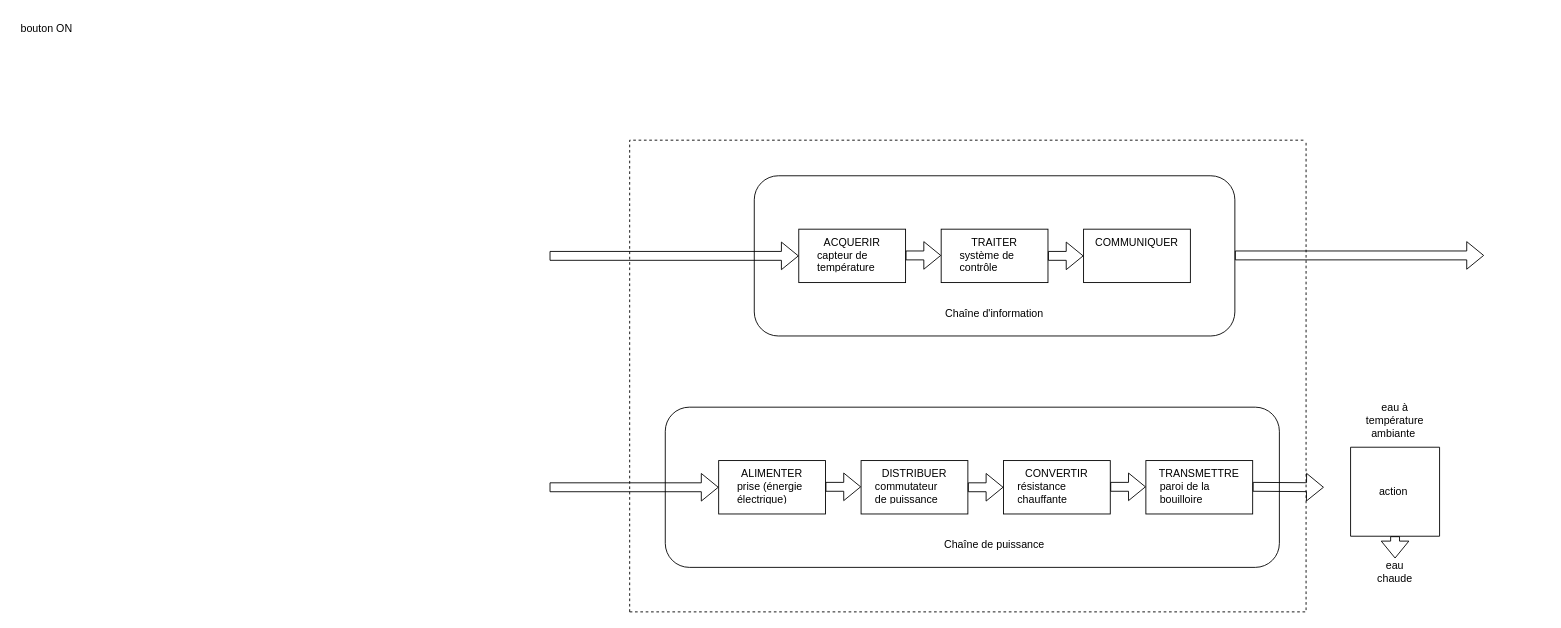
Earlier version of the draw.io diagram docs/Diagramme sans nom.drawio (dinosaure6674/Parchemin). Source tidied: cells renumbered, new cells numbered last; positions are measured from the earlier drawing's top-left corner, leaving out a move shared by most shapes. Both pictures are drawn from the tidied source at 89%, with x=0, y=0 at pixel (15, 15).
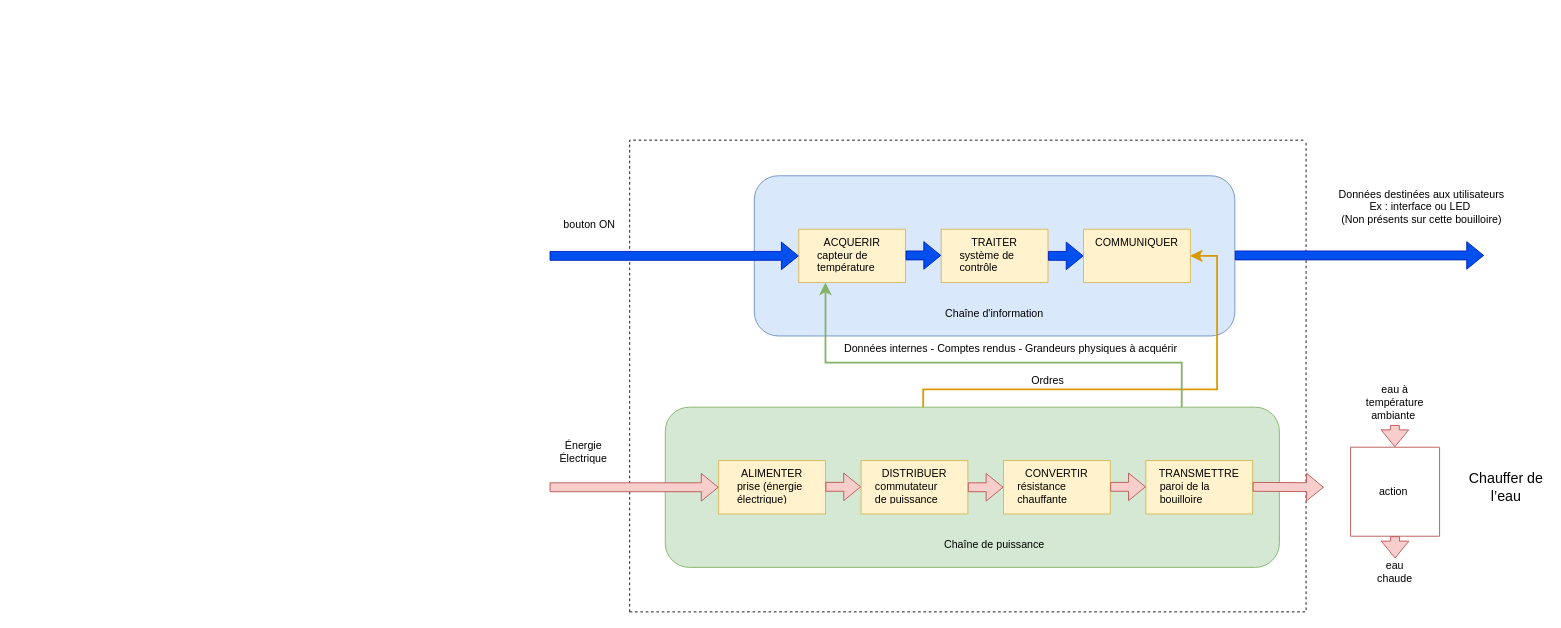
The same page after the edit.

Commit message:
Mettre à jour Diagramme sans nom.drawio

Unchanged cells that the change refers to:
```xml
<mxCell id="41" value="eau chaude" style="text;html=1;whiteSpace=wrap;strokeColor=none;fillColor=none;align=center;verticalAlign=middle;rounded=0;" parent="1" vertex="1">
  <mxGeometry x="1520" y="610" width="60" height="30" as="geometry" />
</mxCell>
```

The edit, as a diff of the source:
```diff
@@
-    <mxCell id="2" style="rounded=1;whiteSpace=wrap;html=1;" parent="1" vertex="1">
+    <mxCell id="2" style="rounded=1;whiteSpace=wrap;html=1;fillColor=#dae8fc;strokeColor=#6c8ebf;" parent="1" vertex="1">
       <mxGeometry x="830" y="180" width="540" height="180" as="geometry" />
     </mxCell>
-    <mxCell id="3" style="rounded=0;whiteSpace=wrap;html=1;" parent="1" vertex="1">
+    <mxCell id="3" style="rounded=0;whiteSpace=wrap;html=1;fillColor=#fff2cc;strokeColor=#d6b656;" parent="1" vertex="1">
       <mxGeometry x="880" y="240" width="120" height="60" as="geometry" />
     </mxCell>
-    <mxCell id="4" style="rounded=0;whiteSpace=wrap;html=1;" parent="1" vertex="1">
+    <mxCell id="4" style="rounded=0;whiteSpace=wrap;html=1;fillColor=#fff2cc;strokeColor=#d6b656;" parent="1" vertex="1">
       <mxGeometry x="1040" y="240" width="120" height="60" as="geometry" />
     </mxCell>
-    <mxCell id="5" style="rounded=0;whiteSpace=wrap;html=1;" parent="1" vertex="1">
+    <mxCell id="5" style="rounded=0;whiteSpace=wrap;html=1;fillColor=#fff2cc;strokeColor=#d6b656;" parent="1" vertex="1">
       <mxGeometry x="1200" y="240" width="120" height="60" as="geometry" />
     </mxCell>
-    <mxCell id="6" style="rounded=1;whiteSpace=wrap;html=1;" parent="1" vertex="1">
+    <mxCell id="6" style="rounded=1;whiteSpace=wrap;html=1;fillColor=#d5e8d4;strokeColor=#82b366;" parent="1" vertex="1">
       <mxGeometry x="730" y="440" width="690" height="180" as="geometry" />
     </mxCell>
-    <mxCell id="7" style="rounded=0;whiteSpace=wrap;html=1;" parent="1" vertex="1">
+    <mxCell id="7" style="rounded=0;whiteSpace=wrap;html=1;fillColor=#fff2cc;strokeColor=#d6b656;" parent="1" vertex="1">
       <mxGeometry x="790" y="500" width="120" height="60" as="geometry" />
     </mxCell>
-    <mxCell id="8" style="rounded=0;whiteSpace=wrap;html=1;" parent="1" vertex="1">
+    <mxCell id="8" style="rounded=0;whiteSpace=wrap;html=1;fillColor=#fff2cc;strokeColor=#d6b656;" parent="1" vertex="1">
       <mxGeometry x="950" y="500" width="120" height="60" as="geometry" />
     </mxCell>
-    <mxCell id="9" style="rounded=0;whiteSpace=wrap;html=1;" parent="1" vertex="1">
+    <mxCell id="9" style="rounded=0;whiteSpace=wrap;html=1;fillColor=#fff2cc;strokeColor=#d6b656;" parent="1" vertex="1">
       <mxGeometry x="1110" y="500" width="120" height="60" as="geometry" />
     </mxCell>
-    <mxCell id="10" style="rounded=0;whiteSpace=wrap;html=1;" parent="1" vertex="1">
+    <mxCell id="10" style="rounded=0;whiteSpace=wrap;html=1;fillColor=#fff2cc;strokeColor=#d6b656;" parent="1" vertex="1">
       <mxGeometry x="1270" y="500" width="120" height="60" as="geometry" />
     </mxCell>
@@
-    <mxCell id="13" style="shape=flexArrow;endArrow=classic;html=1;rounded=0;exitX=1;exitY=0.5;exitDx=0;exitDy=0;entryX=0;entryY=0.5;entryDx=0;entryDy=0;" parent="1" edge="1" source="8" target="9">
+    <mxCell id="13" style="shape=flexArrow;endArrow=classic;html=1;rounded=0;exitX=1;exitY=0.5;exitDx=0;exitDy=0;entryX=0;entryY=0.5;entryDx=0;entryDy=0;fillColor=#f8cecc;strokeColor=#b85450;" parent="1" edge="1" source="8" target="9">
       <mxGeometry relative="1" as="geometry" />
     </mxCell>
-    <mxCell id="14" style="shape=flexArrow;endArrow=classic;html=1;rounded=0;exitX=1;exitY=0.5;exitDx=0;exitDy=0;entryX=0;entryY=0.5;entryDx=0;entryDy=0;" parent="1" edge="1">
+    <mxCell id="14" style="shape=flexArrow;endArrow=classic;html=1;rounded=0;exitX=1;exitY=0.5;exitDx=0;exitDy=0;entryX=0;entryY=0.5;entryDx=0;entryDy=0;fillColor=#f8cecc;strokeColor=#b85450;" parent="1" edge="1">
       <mxGeometry relative="1" as="geometry">
         <mxPoint x="1230" y="529.5" as="sourcePoint" />
         <mxPoint x="1270" y="529.5" as="targetPoint" />
       </mxGeometry>
     </mxCell>
-    <mxCell id="15" style="shape=flexArrow;endArrow=classic;html=1;rounded=0;exitX=1;exitY=0.5;exitDx=0;exitDy=0;" parent="1" edge="1">
+    <mxCell id="15" style="shape=flexArrow;endArrow=classic;html=1;rounded=0;exitX=1;exitY=0.5;exitDx=0;exitDy=0;fillColor=#f8cecc;strokeColor=#b85450;" parent="1" edge="1">
       <mxGeometry relative="1" as="geometry">
         <mxPoint x="1390" y="529.5" as="sourcePoint" />
         <mxPoint x="1470" y="530" as="targetPoint" />
       </mxGeometry>
     </mxCell>
-    <mxCell id="16" style="shape=flexArrow;endArrow=classic;html=1;rounded=0;exitX=1;exitY=0.5;exitDx=0;exitDy=0;entryX=0;entryY=0.5;entryDx=0;entryDy=0;" parent="1" edge="1">
+    <mxCell id="16" style="shape=flexArrow;endArrow=classic;html=1;rounded=0;exitX=1;exitY=0.5;exitDx=0;exitDy=0;entryX=0;entryY=0.5;entryDx=0;entryDy=0;fillColor=#f8cecc;strokeColor=#b85450;" parent="1" edge="1">
       <mxGeometry relative="1" as="geometry">
         <mxPoint x="910" y="529.5" as="sourcePoint" />
         <mxPoint x="950" y="529.5" as="targetPoint" />
       </mxGeometry>
     </mxCell>
@@
-    <mxCell id="21" style="shape=flexArrow;endArrow=classic;html=1;rounded=0;entryX=0;entryY=0.5;entryDx=0;entryDy=0;" parent="1" edge="1" target="7">
+    <mxCell id="21" style="shape=flexArrow;endArrow=classic;html=1;rounded=0;entryX=0;entryY=0.5;entryDx=0;entryDy=0;fillColor=#f8cecc;strokeColor=#b85450;" parent="1" edge="1" target="7">
       <mxGeometry relative="1" as="geometry">
         <mxPoint x="600" y="530" as="sourcePoint" />
       </mxGeometry>
     </mxCell>
-    <mxCell id="22" style="shape=flexArrow;endArrow=classic;html=1;rounded=0;entryX=0;entryY=0.5;entryDx=0;entryDy=0;" parent="1" edge="1" target="5">
+    <mxCell id="22" style="shape=flexArrow;endArrow=classic;html=1;rounded=0;entryX=0;entryY=0.5;entryDx=0;entryDy=0;fillColor=#0050ef;strokeColor=#001DBC;" parent="1" edge="1" target="5">
       <mxGeometry relative="1" as="geometry">
         <mxPoint x="1160" y="270" as="sourcePoint" />
       </mxGeometry>
     </mxCell>
-    <mxCell id="23" style="shape=flexArrow;endArrow=classic;html=1;rounded=0;entryX=0;entryY=0.5;entryDx=0;entryDy=0;" parent="1" edge="1">
+    <mxCell id="23" style="shape=flexArrow;endArrow=classic;html=1;rounded=0;entryX=0;entryY=0.5;entryDx=0;entryDy=0;fillColor=#0050ef;strokeColor=#001DBC;" parent="1" edge="1">
       <mxGeometry relative="1" as="geometry">
         <mxPoint x="1000" y="269.5" as="sourcePoint" />
         <mxPoint x="1040" y="269.5" as="targetPoint" />
       </mxGeometry>
     </mxCell>
-    <mxCell id="24" style="shape=flexArrow;endArrow=classic;html=1;rounded=0;entryX=0;entryY=0.5;entryDx=0;entryDy=0;" parent="1" edge="1" target="3">
+    <mxCell id="24" style="shape=flexArrow;endArrow=classic;html=1;rounded=0;entryX=0;entryY=0.5;entryDx=0;entryDy=0;fillColor=#0050ef;strokeColor=#001DBC;" parent="1" edge="1" target="3">
       <mxGeometry relative="1" as="geometry">
         <mxPoint x="600" y="270" as="sourcePoint" />
       </mxGeometry>
     </mxCell>
-    <mxCell id="25" style="shape=flexArrow;endArrow=classic;html=1;rounded=0;entryX=0;entryY=0.5;entryDx=0;entryDy=0;" parent="1" edge="1">
+    <mxCell id="25" style="shape=flexArrow;endArrow=classic;html=1;rounded=0;entryX=0;entryY=0.5;entryDx=0;entryDy=0;fillColor=#0050ef;strokeColor=#001DBC;" parent="1" edge="1">
       <mxGeometry relative="1" as="geometry">
         <mxPoint x="1370" y="269.5" as="sourcePoint" />
         <mxPoint x="1650" y="269.5" as="targetPoint" />
       </mxGeometry>
     </mxCell>
@@
-    <mxCell id="29" value="Chaîne d'information" style="text;html=1;whiteSpace=wrap;strokeColor=none;fillColor=none;align=center;verticalAlign=middle;rounded=0;" parent="1" vertex="1">
+    <mxCell id="29" value="Chaîne d'information" style="text;html=1;whiteSpace=wrap;align=center;verticalAlign=middle;rounded=0;" parent="1" vertex="1">
       <mxGeometry x="1040" y="320" width="120" height="30" as="geometry" />
     </mxCell>
-    <mxCell id="30" value="Chaîne de puissance" style="text;html=1;whiteSpace=wrap;strokeColor=none;fillColor=none;align=center;verticalAlign=middle;rounded=0;" parent="1" vertex="1">
+    <mxCell id="30" value="Chaîne de puissance" style="text;html=1;whiteSpace=wrap;align=center;verticalAlign=middle;rounded=0;" parent="1" vertex="1">
       <mxGeometry x="1040" y="580" width="120" height="30" as="geometry" />
     </mxCell>
@@
     <mxCell id="35" value="bouton ON" style="text;strokeColor=none;fillColor=none;align=left;verticalAlign=middle;spacingLeft=4;spacingRight=4;overflow=hidden;whiteSpace=wrap;html=1;" parent="1" vertex="1">
-      <mxGeometry width="90" height="30" as="geometry" />
+      <mxGeometry x="610" y="200" width="70" height="70" as="geometry" />
     </mxCell>
@@
-    <mxCell id="38" style="swimlane;startSize=0;" parent="1" vertex="1">
+    <mxCell id="38" style="swimlane;startSize=0;fillColor=#f8cecc;strokeColor=#b85450;" parent="1" vertex="1">
       <mxGeometry x="1500" y="485" width="100" height="100" as="geometry" />
     </mxCell>
@@
     <mxCell id="40" value="eau à température ambiante&amp;nbsp;" style="text;html=1;whiteSpace=wrap;strokeColor=none;fillColor=none;align=center;verticalAlign=middle;rounded=0;" parent="1" vertex="1">
-      <mxGeometry x="1520" y="440" width="60" height="30" as="geometry" />
+      <mxGeometry x="1520" y="420" width="60" height="30" as="geometry" />
     </mxCell>
@@
-    <mxCell id="42" style="shape=flexArrow;endArrow=classic;html=1;rounded=0;exitX=0.5;exitY=1;exitDx=0;exitDy=0;entryX=0.5;entryY=0;entryDx=0;entryDy=0;" parent="1" edge="1" source="38" target="41">
+    <mxCell id="42" style="shape=flexArrow;endArrow=classic;html=1;rounded=0;exitX=0.5;exitY=1;exitDx=0;exitDy=0;entryX=0.5;entryY=0;entryDx=0;entryDy=0;fillColor=#f8cecc;strokeColor=#b85450;" parent="1" edge="1" source="38" target="41">
       <mxGeometry relative="1" as="geometry" />
     </mxCell>
+    <mxCell id="43" value="Chauffer de l’eau" style="text;html=1;whiteSpace=wrap;strokeColor=none;fillColor=none;align=center;verticalAlign=middle;rounded=0;fontSize=16;" parent="1" vertex="1">
+      <mxGeometry x="1630" y="495" width="90" height="70" as="geometry" />
+    </mxCell>
+    <mxCell id="44" style="endArrow=classic;html=1;rounded=0;fontSize=12;startSize=8;endSize=8;edgeStyle=orthogonalEdgeStyle;entryX=0.907;entryY=0.5;entryDx=0;entryDy=0;entryPerimeter=0;exitX=0.42;exitY=0;exitDx=0;exitDy=0;exitPerimeter=0;fillColor=#ffe6cc;strokeColor=#d79b00;strokeWidth=2;" parent="1" edge="1" source="6" target="2">
+      <mxGeometry relative="1" as="geometry">
+        <Array as="points">
+          <mxPoint x="1019.8" y="420" />
+          <mxPoint x="1350" y="420" />
+          <mxPoint x="1350" y="270" />
+        </Array>
+      </mxGeometry>
+    </mxCell>
+    <mxCell id="45" style="endArrow=classic;html=1;rounded=0;fontSize=12;startSize=8;endSize=8;edgeStyle=orthogonalEdgeStyle;exitX=0.841;exitY=0;exitDx=0;exitDy=0;exitPerimeter=0;fillColor=#d5e8d4;strokeColor=#82b366;strokeWidth=2;entryX=0.25;entryY=1;entryDx=0;entryDy=0;" parent="1" edge="1" source="6" target="3">
+      <mxGeometry relative="1" as="geometry">
+        <Array as="points">
+          <mxPoint x="1310.2" y="390" />
+          <mxPoint x="910" y="390" />
+        </Array>
+      </mxGeometry>
+    </mxCell>
+    <mxCell id="46" value="Ordres" style="text;html=1;whiteSpace=wrap;align=center;verticalAlign=middle;rounded=0;" parent="1" vertex="1">
+      <mxGeometry x="1130" y="400" width="60" height="20" as="geometry" />
+    </mxCell>
+    <mxCell id="47" style="shape=flexArrow;endArrow=classic;html=1;rounded=0;exitX=0.5;exitY=1;exitDx=0;exitDy=0;entryX=0.5;entryY=0;entryDx=0;entryDy=0;fillColor=#f8cecc;strokeColor=#b85450;" parent="1" edge="1">
+      <mxGeometry relative="1" as="geometry">
+        <mxPoint x="1549.8" y="460" as="sourcePoint" />
+        <mxPoint x="1549.8" y="485" as="targetPoint" />
+      </mxGeometry>
+    </mxCell>
+    <mxCell id="48" value="Données internes - Comptes rendus - Grandeurs physiques à acquérir&amp;nbsp;" style="text;html=1;whiteSpace=wrap;align=center;verticalAlign=middle;rounded=0;" parent="1" vertex="1">
+      <mxGeometry x="930" y="360" width="380" height="30" as="geometry" />
+    </mxCell>
+    <mxCell id="49" value="Énergie&amp;nbsp;&lt;div&gt;Électrique&amp;nbsp;&lt;/div&gt;" style="text;html=1;whiteSpace=wrap;strokeColor=none;fillColor=none;align=center;verticalAlign=middle;rounded=0;" parent="1" vertex="1">
+      <mxGeometry x="610" y="460" width="60" height="60" as="geometry" />
+    </mxCell>
+    <mxCell id="50" value="&amp;nbsp;Données destinées aux utilisateurs&amp;nbsp;&lt;div&gt;Ex : interface ou LED&amp;nbsp;&lt;/div&gt;&lt;div&gt;(Non présents sur cette bouilloire)&lt;/div&gt;" style="text;html=1;whiteSpace=wrap;strokeColor=none;fillColor=none;align=center;verticalAlign=middle;rounded=0;" parent="1" vertex="1">
+      <mxGeometry x="1480" y="200" width="200" height="30" as="geometry" />
+    </mxCell>
```
